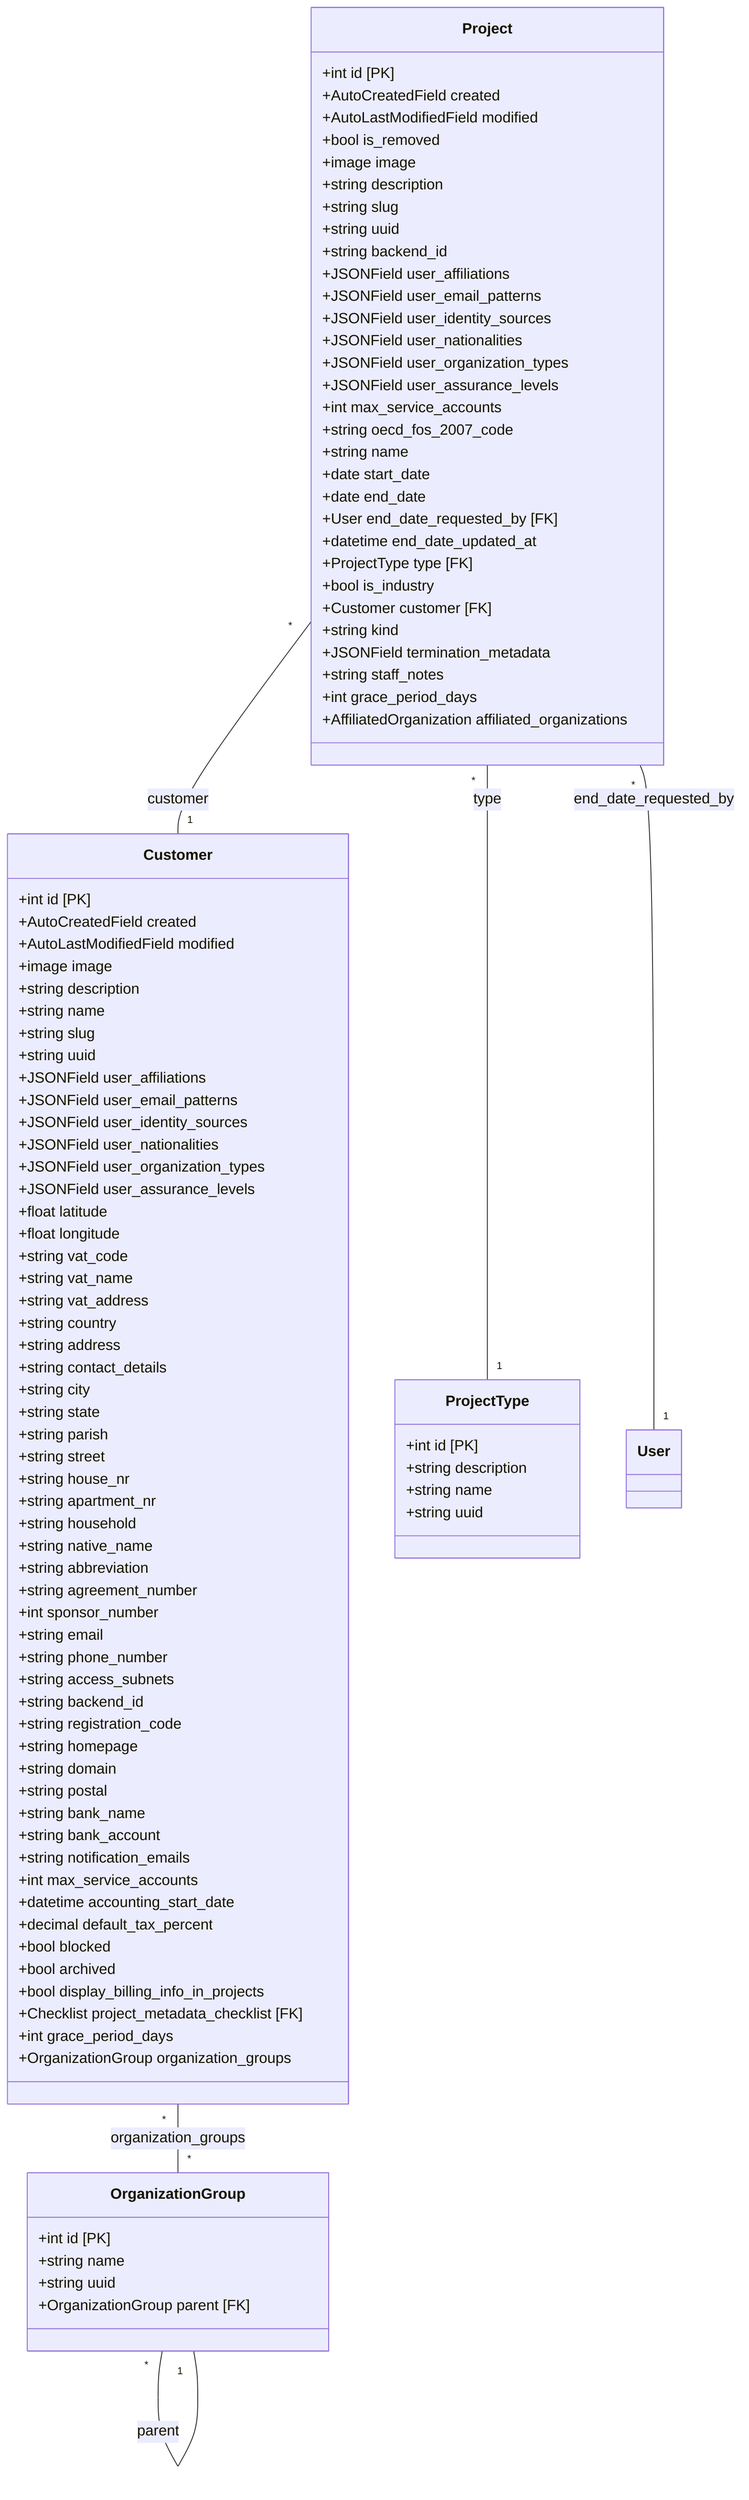
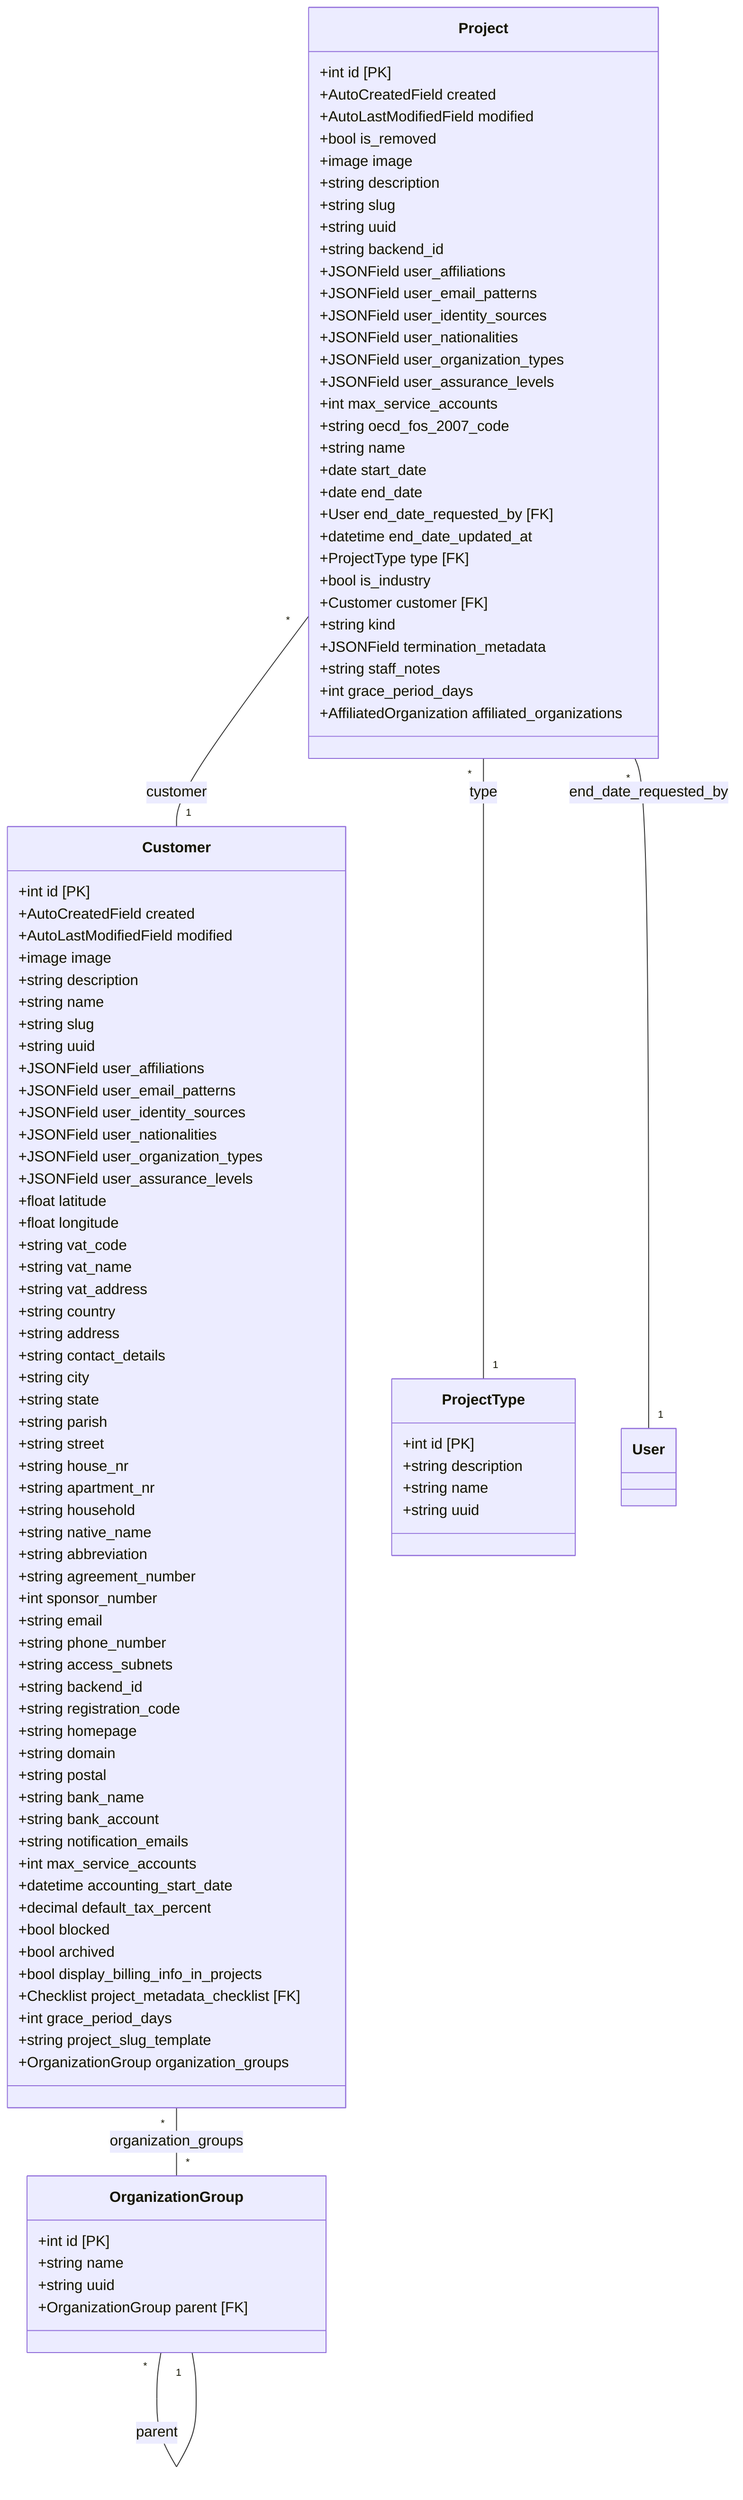
classDiagram
    direction TB
    class OrganizationGroup {
        +int id [PK]
        +string name
        +string uuid
        +OrganizationGroup parent [FK]
    }
    class Customer {
        +int id [PK]
        +AutoCreatedField created
        +AutoLastModifiedField modified
        +image image
        +string description
        +string name
        +string slug
        +string uuid
        +JSONField user_affiliations
        +JSONField user_email_patterns
        +JSONField user_identity_sources
        +JSONField user_nationalities
        +JSONField user_organization_types
        +JSONField user_assurance_levels
        +float latitude
        +float longitude
        +string vat_code
        +string vat_name
        +string vat_address
        +string country
        +string address
        +string contact_details
        +string city
        +string state
        +string parish
        +string street
        +string house_nr
        +string apartment_nr
        +string household
        +string native_name
        +string abbreviation
        +string agreement_number
        +int sponsor_number
        +string email
        +string phone_number
        +string access_subnets
        +string backend_id
        +string registration_code
        +string homepage
        +string domain
        +string postal
        +string bank_name
        +string bank_account
        +string notification_emails
        +int max_service_accounts
        +datetime accounting_start_date
        +decimal default_tax_percent
        +bool blocked
        +bool archived
        +bool display_billing_info_in_projects
        +Checklist project_metadata_checklist [FK]
        +int grace_period_days
+         +string project_slug_template
        +OrganizationGroup organization_groups
    }
    class ProjectType {
        +int id [PK]
        +string description
        +string name
        +string uuid
    }
    class Project {
        +int id [PK]
        +AutoCreatedField created
        +AutoLastModifiedField modified
        +bool is_removed
        +image image
        +string description
        +string slug
        +string uuid
        +string backend_id
        +JSONField user_affiliations
        +JSONField user_email_patterns
        +JSONField user_identity_sources
        +JSONField user_nationalities
        +JSONField user_organization_types
        +JSONField user_assurance_levels
        +int max_service_accounts
        +string oecd_fos_2007_code
        +string name
        +date start_date
        +date end_date
        +User end_date_requested_by [FK]
        +datetime end_date_updated_at
        +ProjectType type [FK]
        +bool is_industry
        +Customer customer [FK]
        +string kind
        +JSONField termination_metadata
        +string staff_notes
        +int grace_period_days
        +AffiliatedOrganization affiliated_organizations
    }
    Customer "*" -- "*" OrganizationGroup : organization_groups
    OrganizationGroup "*" -- "1" OrganizationGroup : parent
    Project "*" -- "1" Customer : customer
    Project "*" -- "1" ProjectType : type
    Project "*" -- "1" User : end_date_requested_by